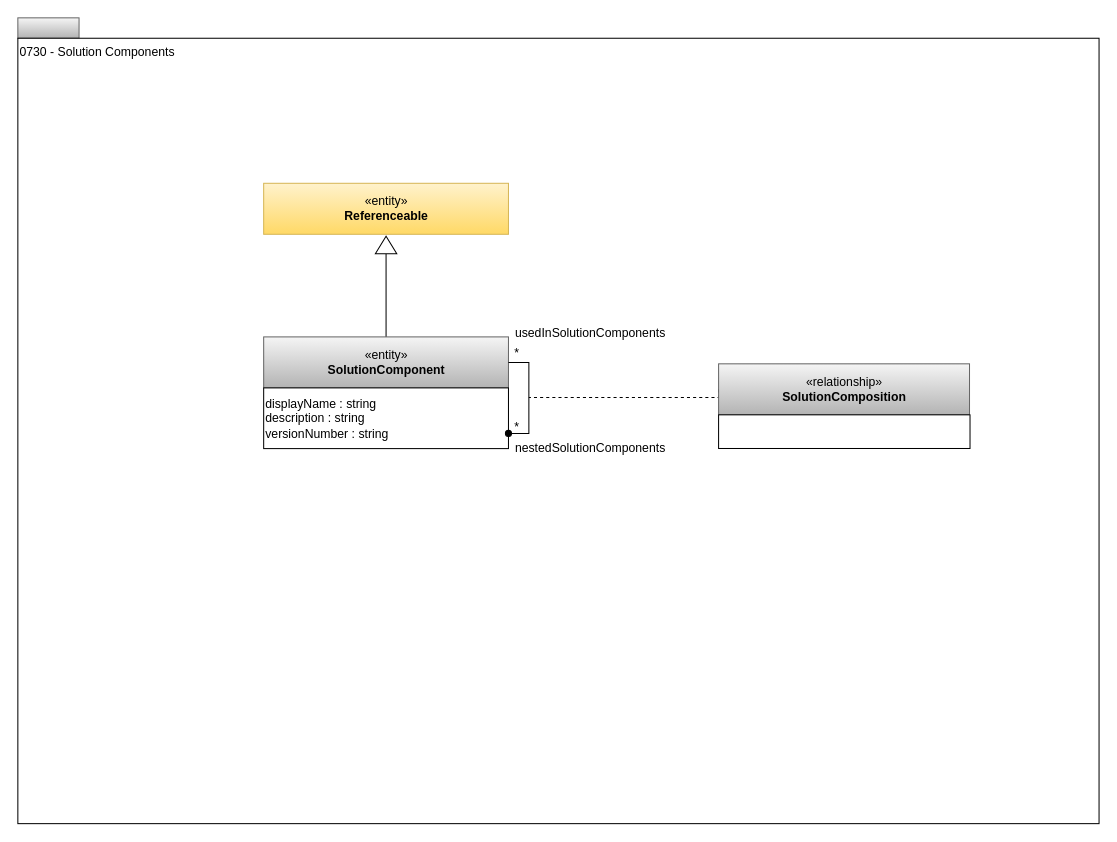
The draw.io diagram page "0730-Solution-Components" (7 of 17) of site/docs/types/7/area-7-lineage.drawio in odpi/egeria-docs, before the edit. Source tidied: cells renumbered, new cells numbered last; positions are measured from the earlier drawing's top-left corner, leaving out a move shared by most shapes. Both pictures are drawn from the tidied source at 102%, with x=0, y=0 at pixel (17, 17).
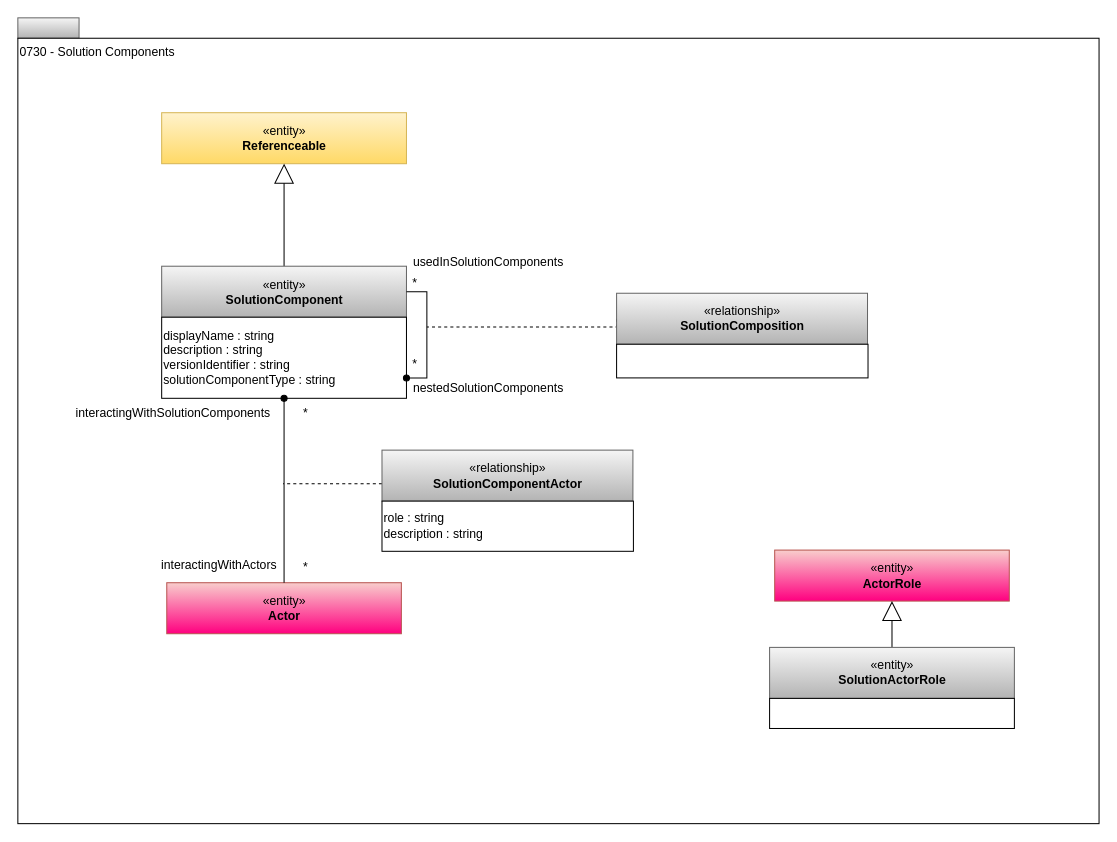
The same diagram, later.

What changed in the source:
```diff
@@
     <mxCell id="4" value="«entity»&lt;br&gt;&lt;b&gt;Referenceable&lt;/b&gt;" style="html=1;strokeColor=#d6b656;align=center;fillColor=#fff2cc;gradientColor=#ffd966;" parent="1" vertex="1">
-      <mxGeometry x="241" y="162.2" width="240" height="50" as="geometry" />
+      <mxGeometry x="141" y="93" width="240" height="50" as="geometry" />
     </mxCell>
     <mxCell id="5" style="edgeStyle=orthogonalEdgeStyle;rounded=0;html=1;exitX=0;exitY=0.5;dashed=1;endArrow=none;endFill=0;jettySize=auto;exitDx=0;exitDy=0;" parent="1" edge="1" source="6">
       <mxGeometry relative="1" as="geometry">
-        <mxPoint x="501" y="372.2" as="targetPoint" />
+        <mxPoint x="401" y="303" as="targetPoint" />
         <Array as="points">
-          <mxPoint x="687" y="372" />
+          <mxPoint x="587" y="302.8" />
         </Array>
       </mxGeometry>
     </mxCell>
     <mxCell id="6" value="«relationship»&lt;br&gt;&lt;b&gt;SolutionComposition&lt;/b&gt;" style="html=1;strokeColor=#666666;align=center;fillColor=#f5f5f5;gradientColor=#b3b3b3;" parent="1" vertex="1">
-      <mxGeometry x="687" y="339.2" width="246" height="50" as="geometry" />
+      <mxGeometry x="587" y="270" width="246" height="50" as="geometry" />
     </mxCell>
     <mxCell id="7" style="rounded=0;whiteSpace=wrap;html=1;strokeColor=#000000;gradientColor=#ffffff;align=left;" parent="1" vertex="1">
-      <mxGeometry x="687" y="389.2" width="246.5" height="33" as="geometry" />
+      <mxGeometry x="587" y="320" width="246.5" height="33" as="geometry" />
     </mxCell>
-    <mxCell id="8" style="edgeStyle=orthogonalEdgeStyle;rounded=0;html=1;exitX=0;exitY=0.5;entryX=0.5;entryY=0;jettySize=auto;endArrow=none;endFill=0;" parent="1" edge="1" source="9" target="10">
-      <mxGeometry relative="1" as="geometry" />
-    </mxCell>
-    <mxCell id="9" style="triangle;whiteSpace=wrap;html=1;strokeColor=#000000;gradientColor=#ffffff;align=center;rotation=-90;" parent="1" vertex="1">
-      <mxGeometry x="352.5" y="212.2" width="17" height="21" as="geometry" />
-    </mxCell>
+    <mxCell id="17" style="edgeStyle=orthogonalEdgeStyle;rounded=0;jettySize=auto;html=1;exitX=0.5;exitY=0;exitDx=0;exitDy=0;endArrow=block;endFill=0;endSize=17;" parent="1" edge="1" source="10" target="4">
+      <mxGeometry relative="1" as="geometry" />
+    </mxCell>
     <mxCell id="10" value="«entity»&lt;br&gt;&lt;b&gt;SolutionComponent&lt;/b&gt;" style="html=1;strokeColor=#666666;align=center;fillColor=#f5f5f5;gradientColor=#b3b3b3;" parent="1" vertex="1">
-      <mxGeometry x="241" y="312.8" width="240" height="50" as="geometry" />
+      <mxGeometry x="141" y="243.5" width="240" height="50" as="geometry" />
     </mxCell>
-    <mxCell id="11" value="displayName : string&lt;br&gt;description : string&lt;br&gt;versionNumber : string&lt;br&gt;&lt;div style=&quot;text-align: left&quot;&gt;&lt;/div&gt;" style="rounded=0;whiteSpace=wrap;html=1;strokeColor=#000000;gradientColor=#ffffff;align=left;" parent="1" vertex="1">
-      <mxGeometry x="241" y="362.8" width="240" height="59.5" as="geometry" />
+    <mxCell id="11" value="displayName : string&lt;br&gt;description : string&lt;br&gt;versionIdentifier : string&lt;br&gt;&lt;div style=&quot;text-align: left&quot;&gt;&lt;/div&gt;&lt;div&gt;solutionComponentType : string&lt;/div&gt;" style="rounded=0;whiteSpace=wrap;html=1;strokeColor=#000000;gradientColor=#ffffff;align=left;" parent="1" vertex="1">
+      <mxGeometry x="141" y="293.5" width="240" height="79.5" as="geometry" />
     </mxCell>
     <mxCell id="12" value="usedInSolutionComponents" style="text;html=1;align=center;verticalAlign=top;spacingTop=-4;" parent="1" vertex="1">
-      <mxGeometry x="481" y="298.8" width="160" height="20" as="geometry" />
+      <mxGeometry x="381" y="229.5" width="160" height="20" as="geometry" />
     </mxCell>
     <mxCell id="13" value="*" style="text;html=1;align=center;verticalAlign=top;spacingTop=-4;" parent="1" vertex="1">
-      <mxGeometry x="481" y="318.8" width="15" height="14" as="geometry" />
+      <mxGeometry x="381" y="249.5" width="15" height="14" as="geometry" />
     </mxCell>
     <mxCell id="14" value="*" style="text;html=1;align=center;verticalAlign=top;spacingTop=-4;" parent="1" vertex="1">
-      <mxGeometry x="481" y="392.2" width="15" height="14" as="geometry" />
+      <mxGeometry x="381" y="329.5" width="15" height="14" as="geometry" />
     </mxCell>
     <mxCell id="15" value="nestedSolutionComponents" style="text;html=1;align=center;verticalAlign=top;spacingTop=-4;" parent="1" vertex="1">
-      <mxGeometry x="481" y="412.2" width="160" height="20" as="geometry" />
+      <mxGeometry x="381" y="353" width="160" height="20" as="geometry" />
     </mxCell>
@@
+    <mxCell id="18" value="«entity»&lt;br&gt;&lt;b&gt;Actor&lt;/b&gt;" style="html=1;strokeColor=#b85450;align=center;fillColor=#f8cecc;gradientColor=#FF0080;" parent="1" vertex="1">
+      <mxGeometry x="146" y="553.8" width="230" height="50" as="geometry" />
+    </mxCell>
+    <mxCell id="19" style="edgeStyle=orthogonalEdgeStyle;rounded=0;html=1;exitX=0;exitY=0.5;dashed=1;endArrow=none;endFill=0;jettySize=auto;exitDx=0;exitDy=0;" parent="1" edge="1" source="20">
+      <mxGeometry relative="1" as="geometry">
+        <mxPoint x="260" y="456.8" as="targetPoint" />
+        <Array as="points">
+          <mxPoint x="446" y="456.5" />
+        </Array>
+      </mxGeometry>
+    </mxCell>
+    <mxCell id="20" value="«relationship»&lt;br&gt;&lt;b&gt;SolutionComponentActor&lt;/b&gt;" style="html=1;strokeColor=#666666;align=center;fillColor=#f5f5f5;gradientColor=#b3b3b3;" parent="1" vertex="1">
+      <mxGeometry x="357" y="423.8" width="246" height="50" as="geometry" />
+    </mxCell>
+    <mxCell id="21" value="role : string&lt;div&gt;description : string&lt;/div&gt;" style="rounded=0;whiteSpace=wrap;html=1;strokeColor=#000000;gradientColor=#ffffff;align=left;" parent="1" vertex="1">
+      <mxGeometry x="357" y="473.8" width="246.5" height="49.2" as="geometry" />
+    </mxCell>
+    <mxCell id="22" value="interactingWithSolutionComponents" style="text;html=1;align=center;verticalAlign=middle;strokeColor=none;fillColor=none;" parent="1" vertex="1">
+      <mxGeometry x="47" y="373" width="210" height="30" as="geometry" />
+    </mxCell>
+    <mxCell id="23" value="interactingWithActors" style="text;html=1;align=center;verticalAlign=middle;strokeColor=none;fillColor=none;" parent="1" vertex="1">
+      <mxGeometry x="127" y="521.8" width="140" height="30" as="geometry" />
+    </mxCell>
+    <mxCell id="24" value="*" style="text;html=1;align=center;verticalAlign=middle;strokeColor=none;fillColor=none;" parent="1" vertex="1">
+      <mxGeometry x="267" y="523.8" width="30" height="30" as="geometry" />
+    </mxCell>
+    <mxCell id="25" value="*" style="text;html=1;align=center;verticalAlign=middle;strokeColor=none;fillColor=none;" parent="1" vertex="1">
+      <mxGeometry x="267" y="373" width="30" height="30" as="geometry" />
+    </mxCell>
+    <mxCell id="26" style="edgeStyle=orthogonalEdgeStyle;rounded=0;jettySize=auto;html=1;exitX=0.5;exitY=1;exitDx=0;exitDy=0;endArrow=none;endFill=0;startArrow=oval;startFill=1;" parent="1" edge="1" source="11" target="18">
+      <mxGeometry relative="1" as="geometry" />
+    </mxCell>
+    <mxCell id="27" value="«entity»&lt;br&gt;&lt;b&gt;ActorRole&lt;/b&gt;" style="html=1;strokeColor=#b85450;align=center;fillColor=#f8cecc;gradientColor=#FF0080;" parent="1" vertex="1">
+      <mxGeometry x="742" y="521.8" width="230" height="50" as="geometry" />
+    </mxCell>
+    <mxCell id="28" style="edgeStyle=orthogonalEdgeStyle;rounded=0;jettySize=auto;html=1;endArrow=block;endFill=0;endSize=17;exitX=0.5;exitY=0;exitDx=0;exitDy=0;entryX=0.5;entryY=1;entryDx=0;entryDy=0;" parent="1" edge="1" source="29" target="27">
+      <mxGeometry relative="1" as="geometry" />
+    </mxCell>
+    <mxCell id="29" value="«entity»&lt;br&gt;&lt;b&gt;SolutionActorRole&lt;/b&gt;" style="html=1;strokeColor=#666666;align=center;fillColor=#f5f5f5;gradientColor=#b3b3b3;" parent="1" vertex="1">
+      <mxGeometry x="737" y="617.2" width="240" height="50" as="geometry" />
+    </mxCell>
+    <mxCell id="30" value="&lt;br&gt;&lt;div style=&quot;text-align: left&quot;&gt;&lt;/div&gt;" style="rounded=0;whiteSpace=wrap;html=1;strokeColor=#000000;gradientColor=#ffffff;align=left;" parent="1" vertex="1">
+      <mxGeometry x="737" y="667.2" width="240" height="29.5" as="geometry" />
+    </mxCell>
```
